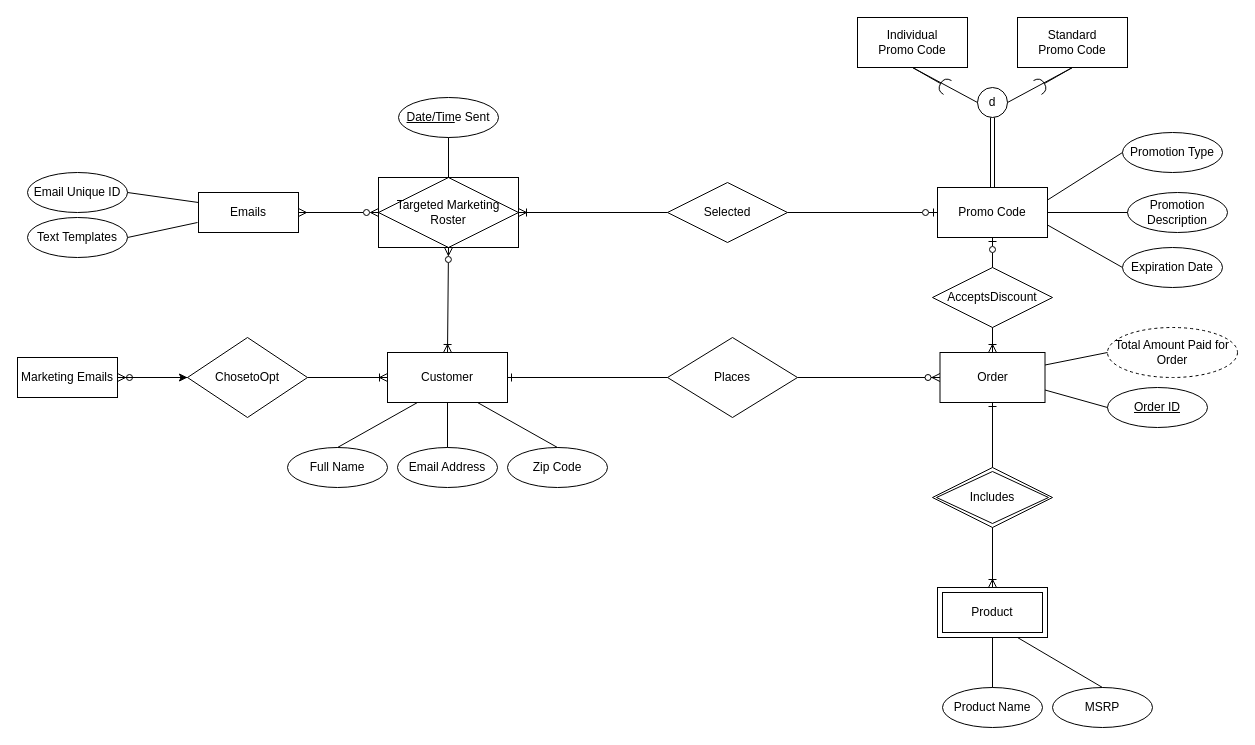
Earlier version of the draw.io diagram page "Page-2" (2 of 2) of Untitled Diagram.drawio (KILBORNK/skills-introduction-to-github). Source tidied: cells renumbered, new cells numbered last; positions are measured from the earlier drawing's top-left corner, leaving out a move shared by most shapes. Both pictures are drawn from the tidied source at 100%, with x=0, y=0 at pixel (17, 17).
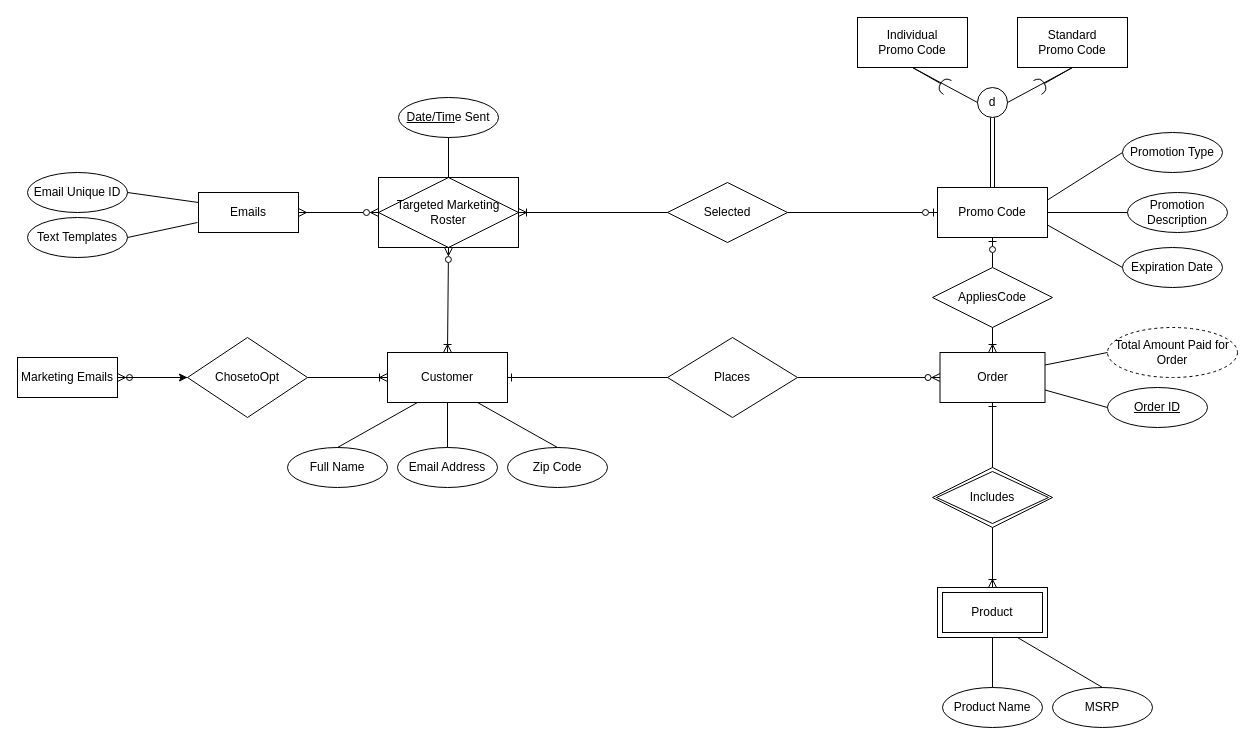
The same diagram, later.

The change refers to these unchanged cells:
```xml
<mxCell id="11" style="group;" parent="1" vertex="1">
  <mxGeometry x="910" y="240" width="310" height="470" as="geometry" />
</mxCell>
```

What changed in the source:
```diff
@@
-    <mxCell id="23" value="AcceptsDiscount" style="shape=rhombus;perimeter=rhombusPerimeter;whiteSpace=wrap;html=1;align=center;" parent="11" vertex="1">
+    <mxCell id="23" value="AppliesCode" style="shape=rhombus;perimeter=rhombusPerimeter;whiteSpace=wrap;html=1;align=center;" parent="11" vertex="1">
       <mxGeometry x="5" y="10" width="120" height="60" as="geometry" />
     </mxCell>
```
